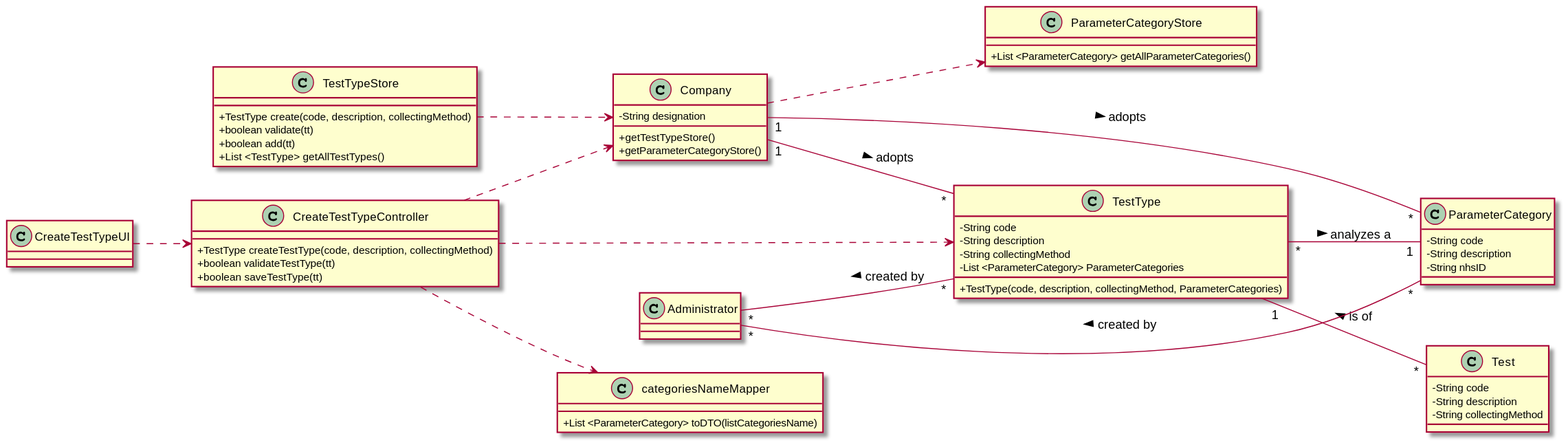
Before: docs/SprintB/US09/US09-CD.svg, a diagram exported from PlantUML (0franciscor/lei-21-s2-1de-g19).
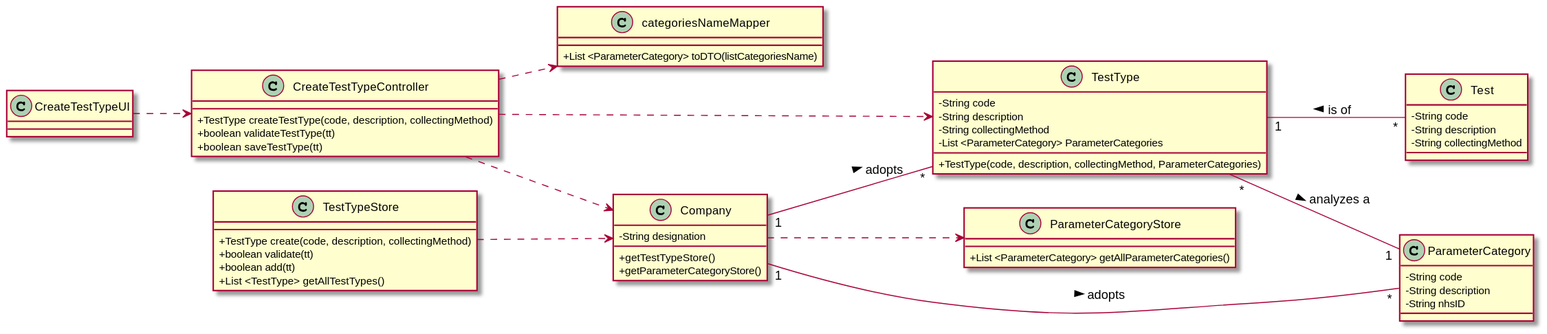
The same diagram one commit later.

Change to the diagram source:
```diff
@@ -51,8 +51,6 @@
 
 class "CreateTestTypeUI" as CTTUI
 class "TestType" as TT
-class "CreateTestTypeController" as CTTC
-class "Administrator" as admin
 
 CTTUI ..> CTTC
 
@@ -71,9 +69,4 @@
 C "1" -- "*" TT : > adopts
 C "1" -- "*" PC : > adopts
 
-admin "*" -- "*" PC : < created by
-
-admin "*" -- "*" TT : < created by
-
-
 @enduml
```
